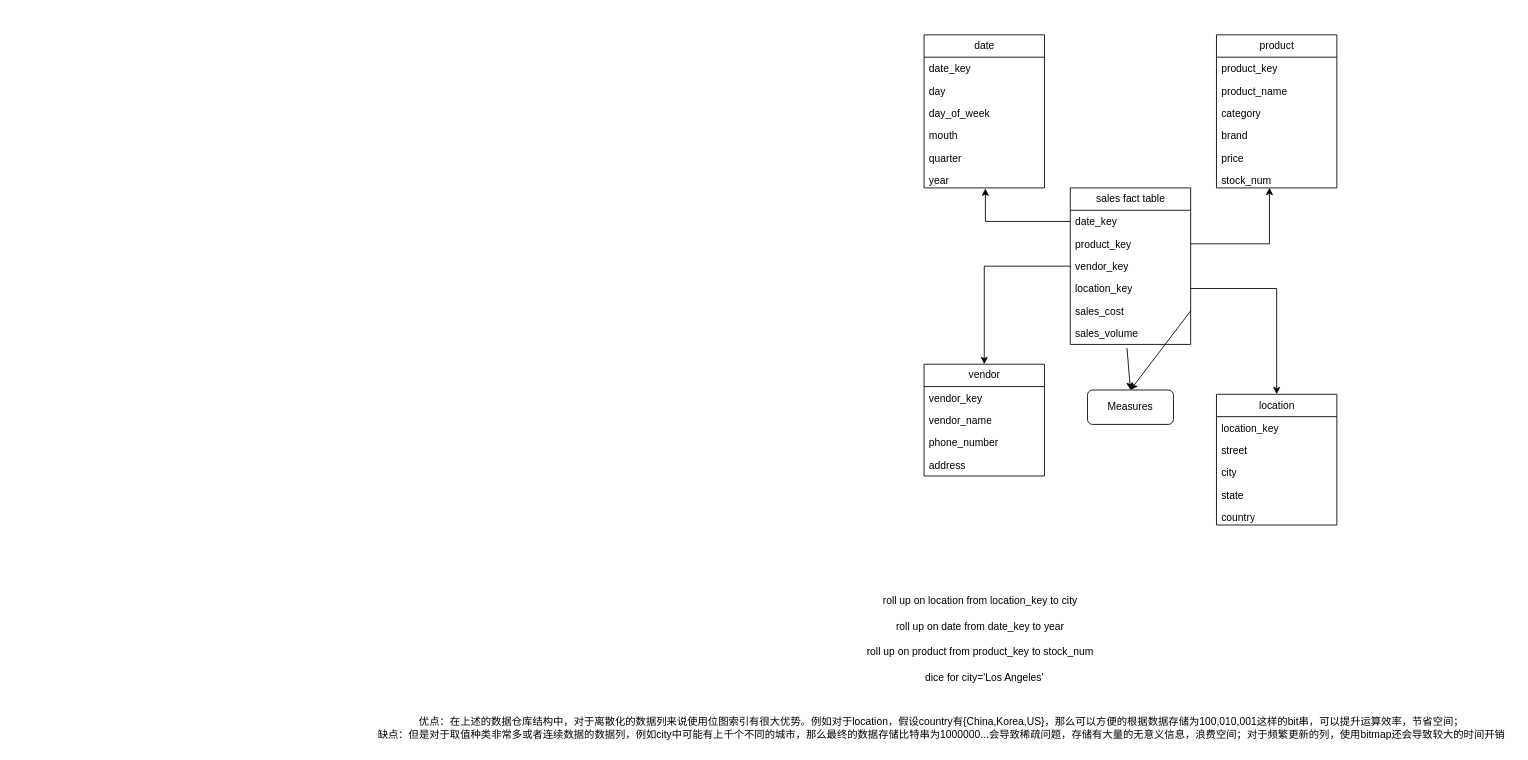
This is DM.drawio from Iaiolk/VerilogCDE, a draw.io file, before an edit. Source tidied: cells renumbered, new cells numbered last; positions are measured from the earlier drawing's top-left corner, leaving out a move shared by most shapes. Both pictures are drawn from the tidied source at 86%, with x=0, y=0 at pixel (369, 34).
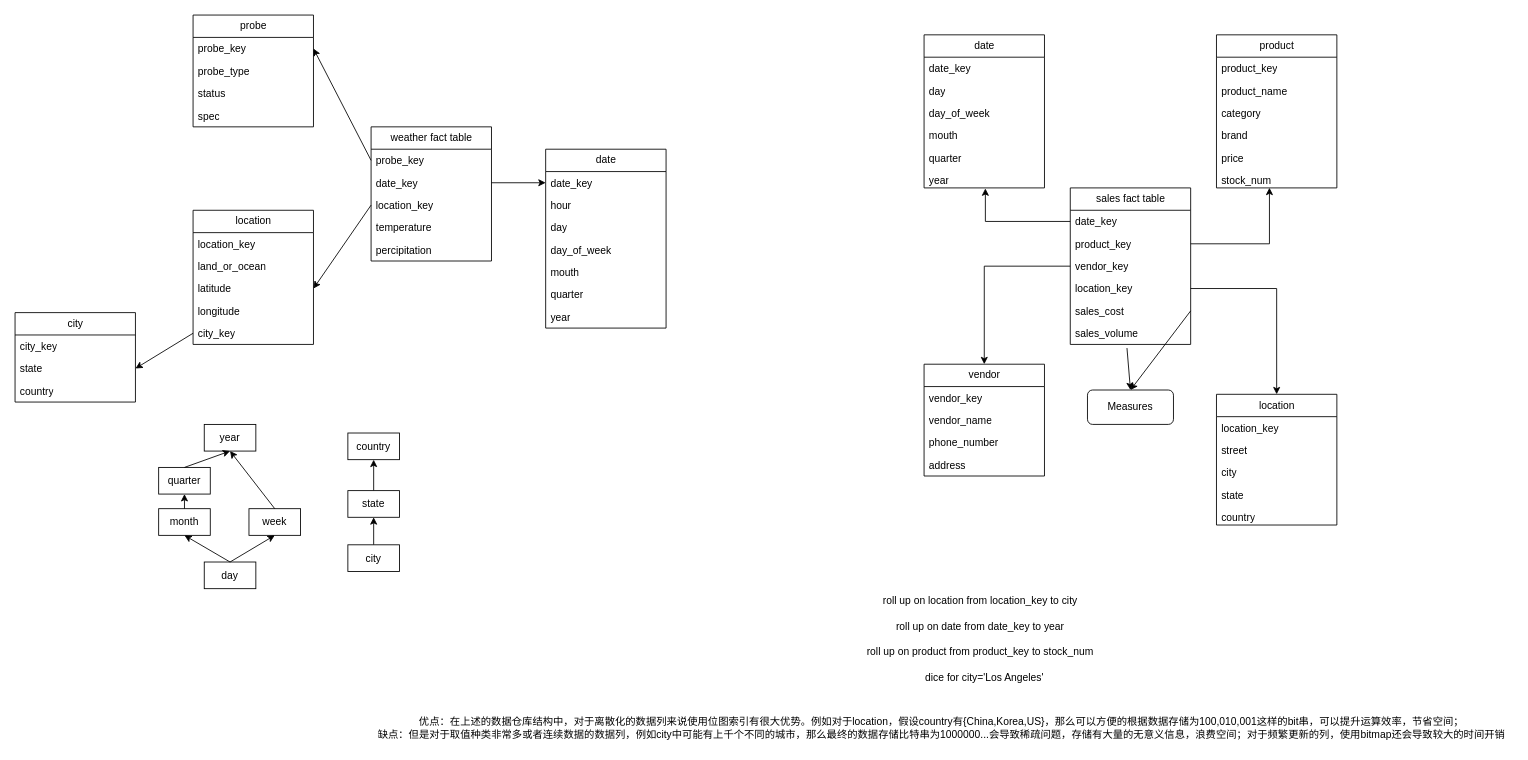
Above is the later version.

The edit, as a diff of the source:
```diff
@@
+    <mxCell id="46" value="weather fact table" style="swimlane;fontStyle=0;horizontal=1;startSize=26;fillColor=none;html=1;" parent="1" vertex="1">
+      <mxGeometry x="2" y="107" width="140" height="156" as="geometry" />
+    </mxCell>
+    <mxCell id="47" value="probe_key" style="text;strokeColor=none;fillColor=none;align=left;verticalAlign=top;spacingLeft=4;spacingRight=4;overflow=hidden;points=[[0,0.5],[1,0.5]];portConstraint=eastwest;whiteSpace=wrap;html=1;" parent="46" vertex="1">
+      <mxGeometry y="26" width="140" height="26" as="geometry" />
+    </mxCell>
+    <mxCell id="48" value="date_key" style="text;strokeColor=none;fillColor=none;align=left;verticalAlign=top;spacingLeft=4;spacingRight=4;overflow=hidden;points=[[0,0.5],[1,0.5]];portConstraint=eastwest;whiteSpace=wrap;html=1;" parent="46" vertex="1">
+      <mxGeometry y="52" width="140" height="26" as="geometry" />
+    </mxCell>
+    <mxCell id="49" value="location_key" style="text;strokeColor=none;fillColor=none;align=left;verticalAlign=top;spacingLeft=4;spacingRight=4;overflow=hidden;points=[[0,0.5],[1,0.5]];portConstraint=eastwest;whiteSpace=wrap;html=1;" parent="46" vertex="1">
+      <mxGeometry y="78" width="140" height="26" as="geometry" />
+    </mxCell>
+    <mxCell id="50" value="temperature" style="text;strokeColor=none;fillColor=none;align=left;verticalAlign=top;spacingLeft=4;spacingRight=4;overflow=hidden;whiteSpace=wrap;html=1;" parent="46" vertex="1">
+      <mxGeometry y="104" width="140" height="26" as="geometry" />
+    </mxCell>
+    <mxCell id="51" value="percipitation" style="text;strokeColor=none;fillColor=none;align=left;verticalAlign=top;spacingLeft=4;spacingRight=4;overflow=hidden;whiteSpace=wrap;html=1;" parent="46" vertex="1">
+      <mxGeometry y="130" width="140" height="26" as="geometry" />
+    </mxCell>
+    <mxCell id="52" value="probe" style="swimlane;fontStyle=0;horizontal=1;startSize=26;fillColor=none;html=1;" parent="1" vertex="1">
+      <mxGeometry x="-205" y="-23" width="140" height="130" as="geometry" />
+    </mxCell>
+    <mxCell id="53" value="probe_key" style="text;strokeColor=none;fillColor=none;align=left;verticalAlign=top;spacingLeft=4;spacingRight=4;overflow=hidden;points=[[0,0.5],[1,0.5]];portConstraint=eastwest;whiteSpace=wrap;html=1;" parent="52" vertex="1">
+      <mxGeometry y="26" width="140" height="26" as="geometry" />
+    </mxCell>
+    <mxCell id="54" value="probe_type" style="text;strokeColor=none;fillColor=none;align=left;verticalAlign=top;spacingLeft=4;spacingRight=4;overflow=hidden;whiteSpace=wrap;html=1;" parent="52" vertex="1">
+      <mxGeometry y="52" width="140" height="26" as="geometry" />
+    </mxCell>
+    <mxCell id="55" value="status" style="text;strokeColor=none;fillColor=none;align=left;verticalAlign=top;spacingLeft=4;spacingRight=4;overflow=hidden;whiteSpace=wrap;html=1;" parent="52" vertex="1">
+      <mxGeometry y="78" width="140" height="26" as="geometry" />
+    </mxCell>
+    <mxCell id="56" value="spec" style="text;strokeColor=none;fillColor=none;align=left;verticalAlign=top;spacingLeft=4;spacingRight=4;overflow=hidden;whiteSpace=wrap;html=1;" parent="52" vertex="1">
+      <mxGeometry y="104" width="140" height="26" as="geometry" />
+    </mxCell>
+    <mxCell id="57" value="date" style="swimlane;fontStyle=0;horizontal=1;startSize=26;fillColor=none;html=1;" parent="1" vertex="1">
+      <mxGeometry x="205" y="133" width="140" height="208" as="geometry" />
+    </mxCell>
+    <mxCell id="58" value="date_key" style="text;strokeColor=none;fillColor=none;align=left;verticalAlign=top;spacingLeft=4;spacingRight=4;overflow=hidden;points=[[0,0.5],[1,0.5]];portConstraint=eastwest;whiteSpace=wrap;html=1;" parent="57" vertex="1">
+      <mxGeometry y="26" width="140" height="26" as="geometry" />
+    </mxCell>
+    <mxCell id="59" value="hour" style="text;strokeColor=none;fillColor=none;align=left;verticalAlign=top;spacingLeft=4;spacingRight=4;overflow=hidden;whiteSpace=wrap;html=1;" parent="57" vertex="1">
+      <mxGeometry y="52" width="140" height="26" as="geometry" />
+    </mxCell>
+    <mxCell id="60" value="day" style="text;strokeColor=none;fillColor=none;align=left;verticalAlign=top;spacingLeft=4;spacingRight=4;overflow=hidden;whiteSpace=wrap;html=1;" parent="57" vertex="1">
+      <mxGeometry y="78" width="140" height="26" as="geometry" />
+    </mxCell>
+    <mxCell id="61" value="day_of_week" style="text;strokeColor=none;fillColor=none;align=left;verticalAlign=top;spacingLeft=4;spacingRight=4;overflow=hidden;whiteSpace=wrap;html=1;" parent="57" vertex="1">
+      <mxGeometry y="104" width="140" height="26" as="geometry" />
+    </mxCell>
+    <mxCell id="62" value="mouth" style="text;strokeColor=none;fillColor=none;align=left;verticalAlign=top;spacingLeft=4;spacingRight=4;overflow=hidden;whiteSpace=wrap;html=1;" parent="57" vertex="1">
+      <mxGeometry y="130" width="140" height="26" as="geometry" />
+    </mxCell>
+    <mxCell id="63" value="quarter" style="text;strokeColor=none;fillColor=none;align=left;verticalAlign=top;spacingLeft=4;spacingRight=4;overflow=hidden;whiteSpace=wrap;html=1;" parent="57" vertex="1">
+      <mxGeometry y="156" width="140" height="26" as="geometry" />
+    </mxCell>
+    <mxCell id="64" value="year" style="text;strokeColor=none;fillColor=none;align=left;verticalAlign=top;spacingLeft=4;spacingRight=4;overflow=hidden;whiteSpace=wrap;html=1;" parent="57" vertex="1">
+      <mxGeometry y="182" width="140" height="26" as="geometry" />
+    </mxCell>
+    <mxCell id="65" value="location" style="swimlane;fontStyle=0;horizontal=1;startSize=26;fillColor=none;html=1;" parent="1" vertex="1">
+      <mxGeometry x="-205" y="204" width="140" height="156" as="geometry" />
+    </mxCell>
+    <mxCell id="66" value="location_key" style="text;strokeColor=none;fillColor=none;align=left;verticalAlign=top;spacingLeft=4;spacingRight=4;overflow=hidden;whiteSpace=wrap;html=1;" parent="65" vertex="1">
+      <mxGeometry y="26" width="140" height="26" as="geometry" />
+    </mxCell>
+    <mxCell id="67" value="land_or_ocean" style="text;strokeColor=none;fillColor=none;align=left;verticalAlign=top;spacingLeft=4;spacingRight=4;overflow=hidden;whiteSpace=wrap;html=1;" parent="65" vertex="1">
+      <mxGeometry y="52" width="140" height="26" as="geometry" />
+    </mxCell>
+    <mxCell id="68" value="latitude" style="text;strokeColor=none;fillColor=none;align=left;verticalAlign=top;spacingLeft=4;spacingRight=4;overflow=hidden;points=[[0,0.5],[1,0.5]];portConstraint=eastwest;whiteSpace=wrap;html=1;" parent="65" vertex="1">
+      <mxGeometry y="78" width="140" height="26" as="geometry" />
+    </mxCell>
+    <mxCell id="69" value="longitude" style="text;strokeColor=none;fillColor=none;align=left;verticalAlign=top;spacingLeft=4;spacingRight=4;overflow=hidden;whiteSpace=wrap;html=1;" parent="65" vertex="1">
+      <mxGeometry y="104" width="140" height="26" as="geometry" />
+    </mxCell>
+    <mxCell id="70" value="city_key" style="text;strokeColor=none;fillColor=none;align=left;verticalAlign=top;spacingLeft=4;spacingRight=4;overflow=hidden;points=[[0,0.5],[1,0.5]];portConstraint=eastwest;whiteSpace=wrap;html=1;" parent="65" vertex="1">
+      <mxGeometry y="130" width="140" height="26" as="geometry" />
+    </mxCell>
+    <mxCell id="71" style="endArrow=classic;html=1;rounded=0;entryX=1;entryY=0.5;entryDx=0;entryDy=0;exitX=0;exitY=0.5;exitDx=0;exitDy=0;" parent="1" edge="1" source="49" target="68">
+      <mxGeometry relative="1" as="geometry" />
+    </mxCell>
+    <mxCell id="72" style="endArrow=classic;html=1;rounded=0;entryX=1;entryY=0.5;entryDx=0;entryDy=0;exitX=0;exitY=0.5;exitDx=0;exitDy=0;" parent="1" edge="1" source="47" target="53">
+      <mxGeometry relative="1" as="geometry" />
+    </mxCell>
+    <mxCell id="73" style="endArrow=classic;html=1;rounded=0;exitX=1;exitY=0.5;exitDx=0;exitDy=0;entryX=0;entryY=0.5;entryDx=0;entryDy=0;" parent="1" edge="1" source="48" target="58">
+      <mxGeometry relative="1" as="geometry" />
+    </mxCell>
+    <mxCell id="74" value="city" style="swimlane;fontStyle=0;horizontal=1;startSize=26;fillColor=none;html=1;" parent="1" vertex="1">
+      <mxGeometry x="-412" y="323" width="140" height="104" as="geometry" />
+    </mxCell>
+    <mxCell id="75" value="city_key" style="text;strokeColor=none;fillColor=none;align=left;verticalAlign=top;spacingLeft=4;spacingRight=4;overflow=hidden;whiteSpace=wrap;html=1;" parent="74" vertex="1">
+      <mxGeometry y="26" width="140" height="26" as="geometry" />
+    </mxCell>
+    <mxCell id="76" value="state" style="text;strokeColor=none;fillColor=none;align=left;verticalAlign=top;spacingLeft=4;spacingRight=4;overflow=hidden;points=[[0,0.5],[1,0.5]];portConstraint=eastwest;whiteSpace=wrap;html=1;" parent="74" vertex="1">
+      <mxGeometry y="52" width="140" height="26" as="geometry" />
+    </mxCell>
+    <mxCell id="77" value="country" style="text;strokeColor=none;fillColor=none;align=left;verticalAlign=top;spacingLeft=4;spacingRight=4;overflow=hidden;whiteSpace=wrap;html=1;" parent="74" vertex="1">
+      <mxGeometry y="78" width="140" height="26" as="geometry" />
+    </mxCell>
+    <mxCell id="78" style="endArrow=classic;html=1;rounded=0;exitX=0;exitY=0.5;exitDx=0;exitDy=0;entryX=1;entryY=0.5;entryDx=0;entryDy=0;" parent="1" edge="1" source="70" target="76">
+      <mxGeometry relative="1" as="geometry" />
+    </mxCell>
+    <mxCell id="79" value="day" style="rounded=0;whiteSpace=wrap;html=1;" parent="1" vertex="1">
+      <mxGeometry x="-192" y="613" width="60" height="31" as="geometry" />
+    </mxCell>
+    <mxCell id="80" value="month" style="rounded=0;whiteSpace=wrap;html=1;" parent="1" vertex="1">
+      <mxGeometry x="-245" y="551" width="60" height="31" as="geometry" />
+    </mxCell>
+    <mxCell id="81" value="quarter" style="rounded=0;whiteSpace=wrap;html=1;" parent="1" vertex="1">
+      <mxGeometry x="-245" y="503" width="60" height="31" as="geometry" />
+    </mxCell>
+    <mxCell id="82" value="week" style="rounded=0;whiteSpace=wrap;html=1;" parent="1" vertex="1">
+      <mxGeometry x="-140" y="551" width="60" height="31" as="geometry" />
+    </mxCell>
+    <mxCell id="83" value="year" style="rounded=0;whiteSpace=wrap;html=1;" parent="1" vertex="1">
+      <mxGeometry x="-192" y="453" width="60" height="31" as="geometry" />
+    </mxCell>
+    <mxCell id="84" style="endArrow=classic;html=1;rounded=0;exitX=0.5;exitY=0;exitDx=0;exitDy=0;entryX=0.5;entryY=1;entryDx=0;entryDy=0;" parent="1" edge="1" source="79" target="80">
+      <mxGeometry relative="1" as="geometry" />
+    </mxCell>
+    <mxCell id="85" style="endArrow=classic;html=1;rounded=0;entryX=0.5;entryY=1;entryDx=0;entryDy=0;exitX=0.5;exitY=0;exitDx=0;exitDy=0;" parent="1" edge="1" source="79" target="82">
+      <mxGeometry relative="1" as="geometry" />
+    </mxCell>
+    <mxCell id="86" style="endArrow=classic;html=1;rounded=0;exitX=0.5;exitY=0;exitDx=0;exitDy=0;entryX=0.5;entryY=1;entryDx=0;entryDy=0;" parent="1" edge="1" source="80" target="81">
+      <mxGeometry relative="1" as="geometry" />
+    </mxCell>
+    <mxCell id="87" style="endArrow=classic;html=1;rounded=0;exitX=0.5;exitY=0;exitDx=0;exitDy=0;entryX=0.5;entryY=1;entryDx=0;entryDy=0;" parent="1" edge="1" source="81" target="83">
+      <mxGeometry relative="1" as="geometry" />
+    </mxCell>
+    <mxCell id="88" style="endArrow=classic;html=1;rounded=0;exitX=0.5;exitY=0;exitDx=0;exitDy=0;entryX=0.5;entryY=1;entryDx=0;entryDy=0;" parent="1" edge="1" source="82" target="83">
+      <mxGeometry relative="1" as="geometry" />
+    </mxCell>
+    <mxCell id="89" style="edgeStyle=orthogonalEdgeStyle;rounded=0;jettySize=auto;html=1;exitX=0.5;exitY=0;exitDx=0;exitDy=0;entryX=0.5;entryY=1;entryDx=0;entryDy=0;" parent="1" edge="1" source="90" target="92">
+      <mxGeometry relative="1" as="geometry" />
+    </mxCell>
+    <mxCell id="90" value="city" style="rounded=0;whiteSpace=wrap;html=1;" parent="1" vertex="1">
+      <mxGeometry x="-25" y="593" width="60" height="31" as="geometry" />
+    </mxCell>
+    <mxCell id="91" style="edgeStyle=orthogonalEdgeStyle;rounded=0;jettySize=auto;html=1;exitX=0.5;exitY=0;exitDx=0;exitDy=0;entryX=0.5;entryY=1;entryDx=0;entryDy=0;" parent="1" edge="1" source="92" target="93">
+      <mxGeometry relative="1" as="geometry" />
+    </mxCell>
+    <mxCell id="92" value="state" style="rounded=0;whiteSpace=wrap;html=1;" parent="1" vertex="1">
+      <mxGeometry x="-25" y="530" width="60" height="31" as="geometry" />
+    </mxCell>
+    <mxCell id="93" value="country" style="rounded=0;whiteSpace=wrap;html=1;" parent="1" vertex="1">
+      <mxGeometry x="-25" y="463" width="60" height="31" as="geometry" />
+    </mxCell>
```
